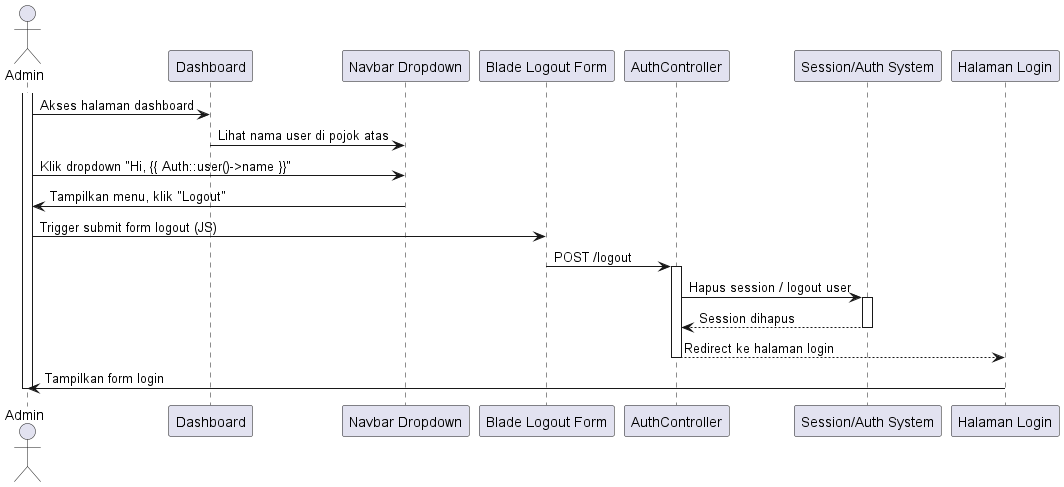
Before: out/sequence diagram/logout/logout.png, a diagram exported from PlantUML (tengahcang/UML_TA). The source it was exported from:
```plantuml
@startuml
actor Admin

participant "Dashboard" as DashboardPage
participant "Navbar Dropdown" as Navbar
participant "Blade Logout Form" as LogoutForm
participant "AuthController" as Controller
participant "Session/Auth System" as AuthSystem
participant "Halaman Login" as LoginPage

activate Admin
Admin -> DashboardPage: Akses halaman dashboard
DashboardPage -> Navbar: Lihat nama user di pojok atas
Admin -> Navbar: Klik dropdown "Hi, {{ Auth::user()->name }}"
Navbar -> Admin: Tampilkan menu, klik "Logout"

Admin -> LogoutForm: Trigger submit form logout (JS)
LogoutForm -> Controller: POST /logout
activate Controller

Controller -> AuthSystem: Hapus session / logout user
activate AuthSystem
AuthSystem --> Controller: Session dihapus
deactivate AuthSystem

Controller --> LoginPage: Redirect ke halaman login
deactivate Controller

LoginPage -> Admin: Tampilkan form login
deactivate Admin

@enduml
```
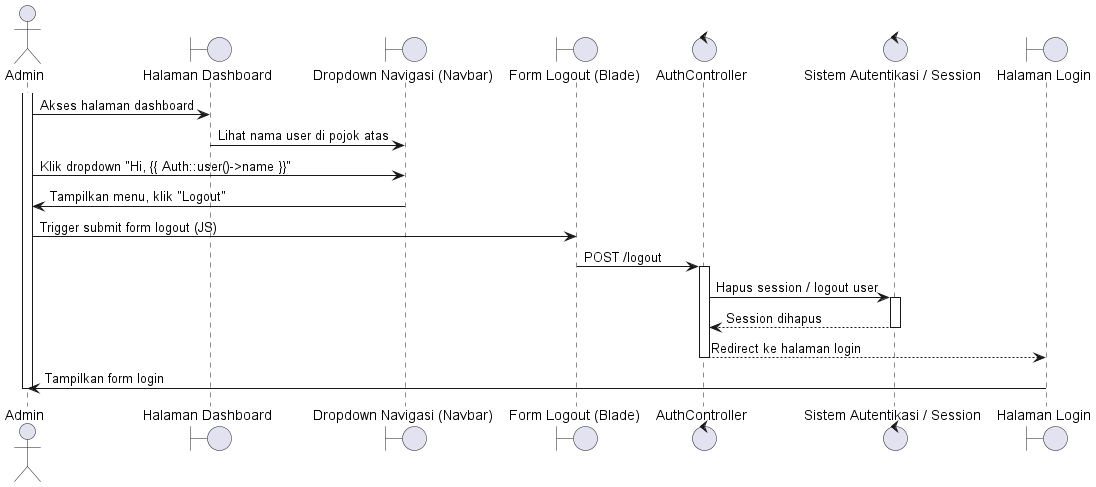
The same diagram one commit later.

What changed in the source:
```diff
@@ -1,12 +1,13 @@
 @startuml
 actor Admin
 
-participant "Dashboard" as DashboardPage
-participant "Navbar Dropdown" as Navbar
-participant "Blade Logout Form" as LogoutForm
-participant "AuthController" as Controller
-participant "Session/Auth System" as AuthSystem
-participant "Halaman Login" as LoginPage
+boundary "Halaman Dashboard" as DashboardPage
+boundary "Dropdown Navigasi (Navbar)" as Navbar
+boundary "Form Logout (Blade)" as LogoutForm
+control "AuthController" as Controller
+control "Sistem Autentikasi / Session" as AuthSystem
+boundary "Halaman Login" as LoginPage
+
 
 activate Admin
 Admin -> DashboardPage: Akses halaman dashboard
```
